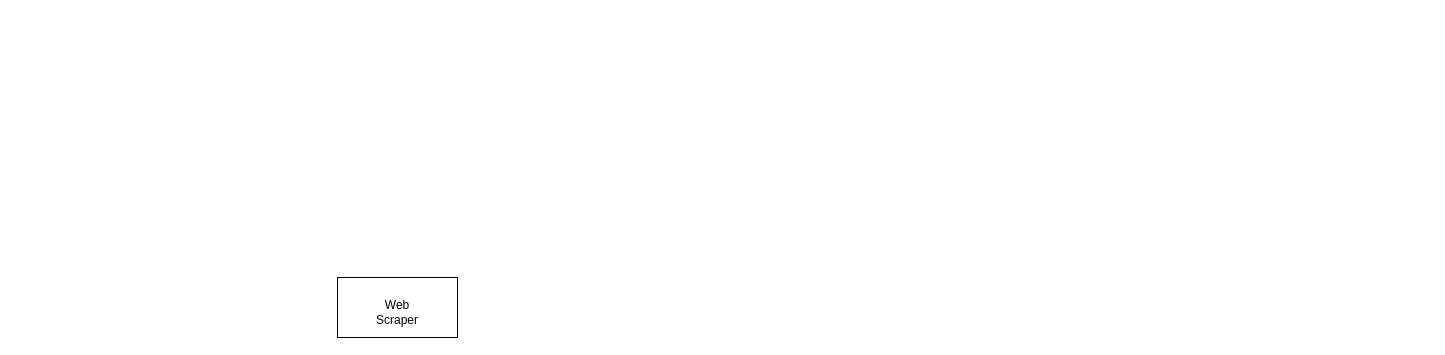
Earlier version of the draw.io diagram Design Diagrams/D2.drawio (AAlkiyumi/Senior-Design-Project). Source tidied: cells renumbered, new cells numbered last; positions are measured from the earlier drawing's top-left corner, leaving out a move shared by most shapes. Both pictures are drawn from the tidied source at 100%, with x=0, y=0 at pixel (337, 277).
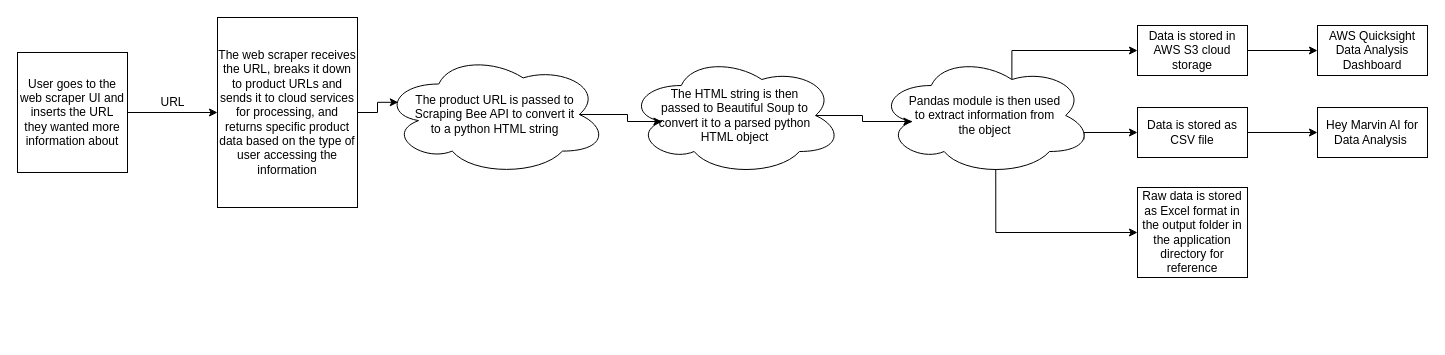
The same page after the edit.

What changed in the source:
```diff
@@
-    <mxCell id="2" style="rounded=0;whiteSpace=wrap;html=1;" parent="1" vertex="1">
-      <mxGeometry width="120" height="60" as="geometry" />
-    </mxCell>
-    <mxCell id="3" value="Web Scraper" style="text;html=1;align=center;verticalAlign=middle;whiteSpace=wrap;rounded=0;" parent="1" vertex="1">
-      <mxGeometry x="30" y="20" width="60" height="30" as="geometry" />
-    </mxCell>
+    <mxCell id="4" style="edgeStyle=orthogonalEdgeStyle;rounded=0;jettySize=auto;html=1;entryX=0;entryY=0.5;entryDx=0;entryDy=0;" parent="1" edge="1" source="5" target="6">
+      <mxGeometry relative="1" as="geometry" />
+    </mxCell>
+    <mxCell id="5" value="User goes to the web scraper UI and inserts the URL they wanted more information about" style="rounded=0;whiteSpace=wrap;html=1;" parent="1" vertex="1">
+      <mxGeometry x="-320" y="-225" width="110" height="120" as="geometry" />
+    </mxCell>
+    <mxCell id="6" value="&lt;div&gt;&lt;div&gt;The web scraper receives the URL, breaks it down to product URLs and sends it to cloud services for processing, and returns specific product data based on the type of user accessing the information&lt;/div&gt;&lt;/div&gt;" style="rounded=0;whiteSpace=wrap;html=1;" parent="1" vertex="1">
+      <mxGeometry x="-120" y="-260" width="140" height="190" as="geometry" />
+    </mxCell>
+    <mxCell id="7" value="AWS Quicksight Data Analysis Dashboard" style="rounded=0;whiteSpace=wrap;html=1;" parent="1" vertex="1">
+      <mxGeometry x="980" y="-252" width="110" height="50" as="geometry" />
+    </mxCell>
+    <mxCell id="8" value="Hey Marvin AI for Data Analysis&amp;nbsp;" style="rounded=0;whiteSpace=wrap;html=1;" parent="1" vertex="1">
+      <mxGeometry x="980" y="-170" width="110" height="50" as="geometry" />
+    </mxCell>
+    <mxCell id="9" value="URL" style="text;html=1;align=center;verticalAlign=middle;strokeColor=none;fillColor=none;" parent="1" vertex="1">
+      <mxGeometry x="-190" y="-190" width="50" height="30" as="geometry" />
+    </mxCell>
+    <mxCell id="10" value="&lt;p style=&quot;line-height: 120%; padding-right: 30px; padding-left: 30px;&quot;&gt;The HTML string is then passed to Beautiful Soup to convert it to a parsed python HTML object&lt;/p&gt;" style="ellipse;shape=cloud;whiteSpace=wrap;html=1;align=center;fillOpacity=100;overflow=visible;" parent="1" vertex="1">
+      <mxGeometry x="290" y="-222" width="215" height="120" as="geometry" />
+    </mxCell>
+    <mxCell id="11" value="&lt;p style=&quot;line-height: 120%; padding: 0px 30px;&quot;&gt;The product URL is passed to Scraping Bee API to convert it to a python HTML string&lt;/p&gt;" style="ellipse;shape=cloud;whiteSpace=wrap;html=1;align=center;" parent="1" vertex="1">
+      <mxGeometry x="45" y="-224" width="225" height="122" as="geometry" />
+    </mxCell>
+    <mxCell id="12" style="edgeStyle=orthogonalEdgeStyle;rounded=0;jettySize=auto;html=1;exitX=0.625;exitY=0.2;exitDx=0;exitDy=0;exitPerimeter=0;entryX=0;entryY=0.5;entryDx=0;entryDy=0;" parent="1" edge="1" source="15" target="19">
+      <mxGeometry relative="1" as="geometry">
+        <Array as="points">
+          <mxPoint x="674" y="-227" />
+        </Array>
+      </mxGeometry>
+    </mxCell>
+    <mxCell id="13" style="edgeStyle=orthogonalEdgeStyle;rounded=0;jettySize=auto;html=1;exitX=0.96;exitY=0.7;exitDx=0;exitDy=0;exitPerimeter=0;entryX=0;entryY=0.5;entryDx=0;entryDy=0;" parent="1" edge="1" source="15" target="17">
+      <mxGeometry relative="1" as="geometry">
+        <Array as="points">
+          <mxPoint x="746" y="-145" />
+        </Array>
+      </mxGeometry>
+    </mxCell>
+    <mxCell id="14" style="edgeStyle=orthogonalEdgeStyle;rounded=0;jettySize=auto;html=1;exitX=0.55;exitY=0.95;exitDx=0;exitDy=0;exitPerimeter=0;entryX=0;entryY=0.5;entryDx=0;entryDy=0;" parent="1" edge="1" source="15" target="23">
+      <mxGeometry relative="1" as="geometry">
+        <Array as="points">
+          <mxPoint x="658" y="-45" />
+        </Array>
+      </mxGeometry>
+    </mxCell>
+    <mxCell id="15" value="&lt;p style=&quot;line-height: 120%; padding-right: 30px; padding-left: 30px;&quot;&gt;Pandas module is then used to extract information from the object&lt;/p&gt;" style="ellipse;shape=cloud;whiteSpace=wrap;html=1;align=center;fillOpacity=100;overflow=visible;" parent="1" vertex="1">
+      <mxGeometry x="540" y="-222" width="215" height="120" as="geometry" />
+    </mxCell>
+    <mxCell id="16" style="edgeStyle=orthogonalEdgeStyle;rounded=0;jettySize=auto;html=1;exitX=1;exitY=0.5;exitDx=0;exitDy=0;entryX=0;entryY=0.5;entryDx=0;entryDy=0;" parent="1" edge="1" source="17" target="8">
+      <mxGeometry relative="1" as="geometry" />
+    </mxCell>
+    <mxCell id="17" value="Data is stored as CSV file" style="rounded=0;whiteSpace=wrap;html=1;" parent="1" vertex="1">
+      <mxGeometry x="800" y="-170" width="110" height="50" as="geometry" />
+    </mxCell>
+    <mxCell id="18" style="edgeStyle=orthogonalEdgeStyle;rounded=0;jettySize=auto;html=1;exitX=1;exitY=0.5;exitDx=0;exitDy=0;entryX=0;entryY=0.5;entryDx=0;entryDy=0;" parent="1" edge="1" source="19" target="7">
+      <mxGeometry relative="1" as="geometry" />
+    </mxCell>
+    <mxCell id="19" value="Data is stored in AWS S3&amp;nbsp;cloud storage" style="rounded=0;whiteSpace=wrap;html=1;" parent="1" vertex="1">
+      <mxGeometry x="800" y="-252" width="110" height="50" as="geometry" />
+    </mxCell>
+    <mxCell id="20" style="edgeStyle=orthogonalEdgeStyle;rounded=0;jettySize=auto;html=1;exitX=1;exitY=0.5;exitDx=0;exitDy=0;entryX=0.07;entryY=0.4;entryDx=0;entryDy=0;entryPerimeter=0;" parent="1" edge="1" source="6" target="11">
+      <mxGeometry relative="1" as="geometry" />
+    </mxCell>
+    <mxCell id="21" style="edgeStyle=orthogonalEdgeStyle;rounded=0;jettySize=auto;html=1;exitX=0.875;exitY=0.5;exitDx=0;exitDy=0;exitPerimeter=0;entryX=0.16;entryY=0.55;entryDx=0;entryDy=0;entryPerimeter=0;" parent="1" edge="1" source="11" target="10">
+      <mxGeometry relative="1" as="geometry" />
+    </mxCell>
+    <mxCell id="22" style="edgeStyle=orthogonalEdgeStyle;rounded=0;jettySize=auto;html=1;exitX=0.875;exitY=0.5;exitDx=0;exitDy=0;exitPerimeter=0;entryX=0.16;entryY=0.55;entryDx=0;entryDy=0;entryPerimeter=0;" parent="1" edge="1" source="10" target="15">
+      <mxGeometry relative="1" as="geometry" />
+    </mxCell>
+    <mxCell id="23" value="Raw data is stored as Excel format in the output folder in the application directory for reference" style="rounded=0;whiteSpace=wrap;html=1;" parent="1" vertex="1">
+      <mxGeometry x="800" y="-90" width="110" height="90" as="geometry" />
+    </mxCell>
```
